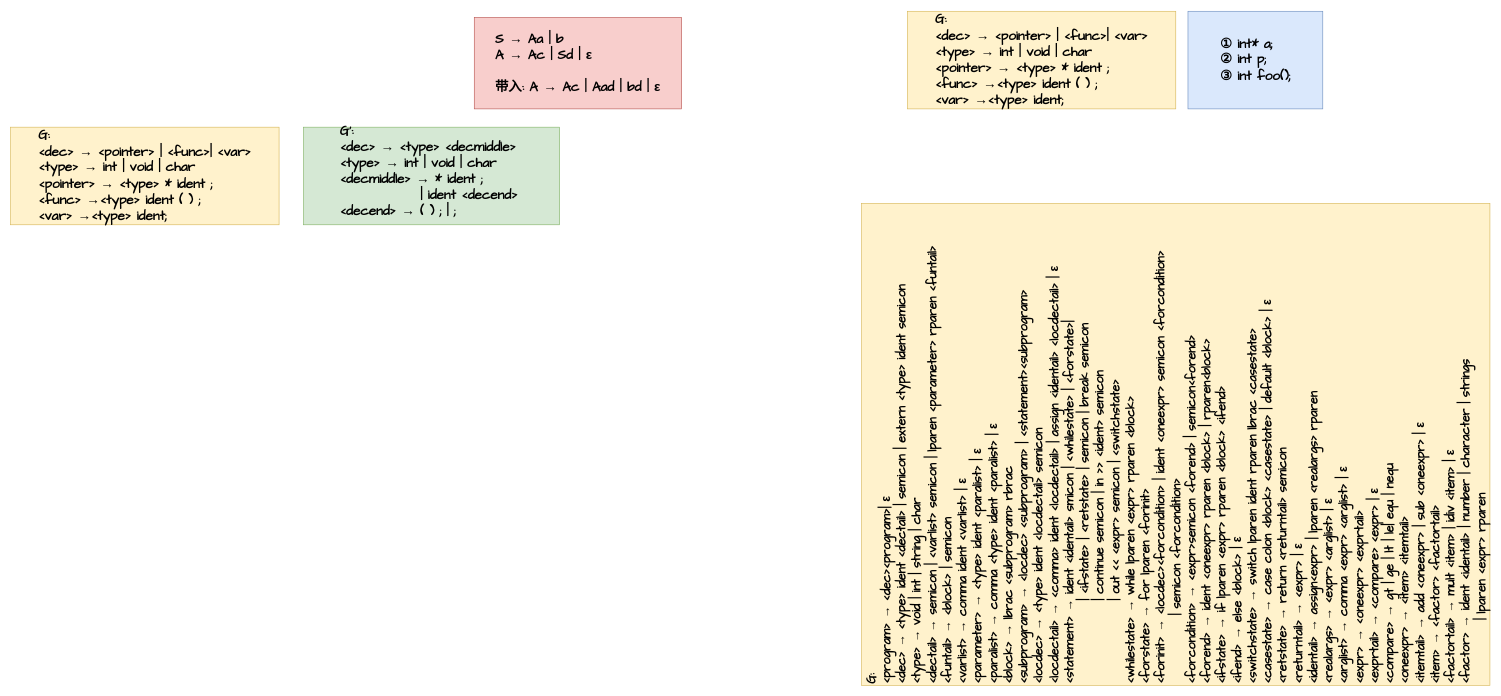
Earlier version of the draw.io diagram document/src/CFG-design.drawio (djh-sudo/tiny-C-Compiler). Source tidied: cells renumbered, new cells numbered last; positions are measured from the earlier drawing's top-left corner, leaving out a move shared by most shapes. Both pictures are drawn from the tidied source at 61%, with x=0, y=0 at pixel (10, 11).
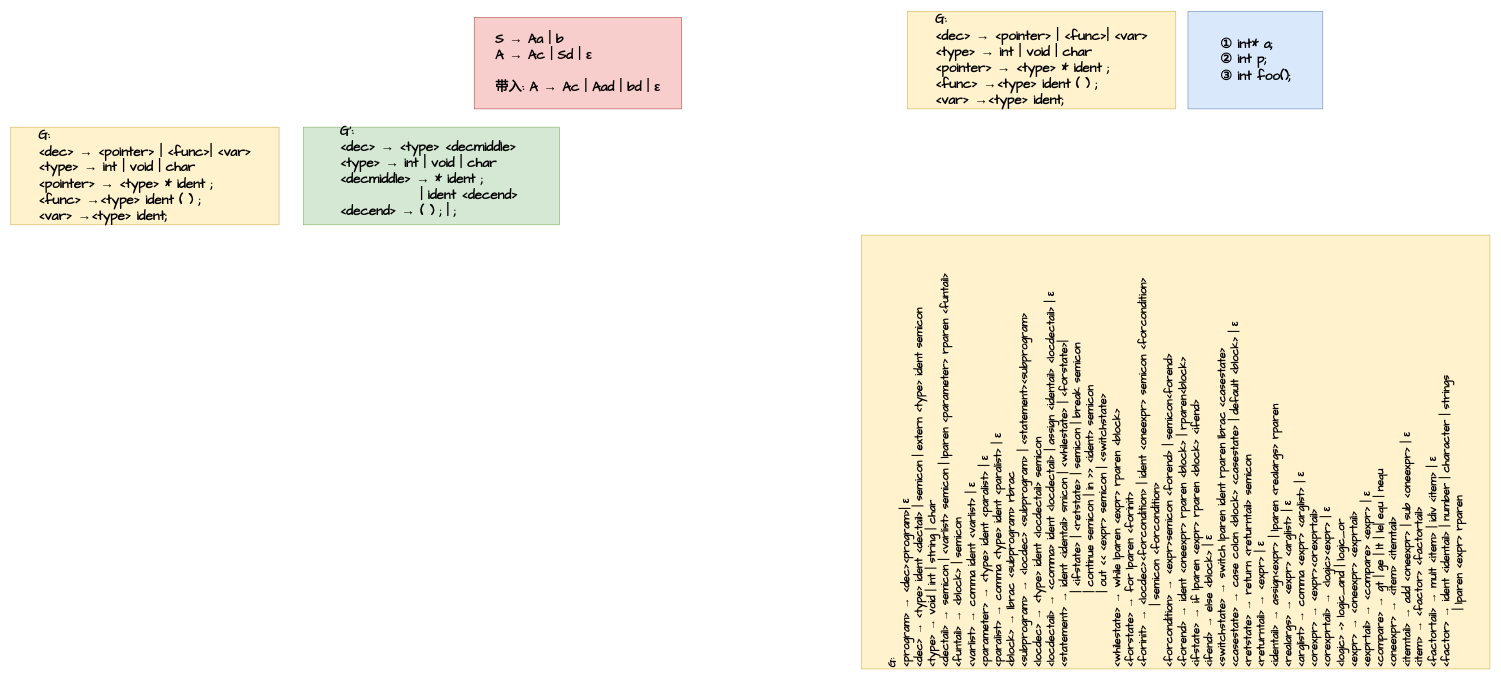
The same diagram, later.

The edit, as a diff of the source:
```diff
@@
 <mxGraphModel>
   <root>
     <mxCell id="0" />
     <mxCell id="1" parent="0" />
     <mxCell id="2" value="&lt;div style=&quot;text-align: left&quot;&gt;&lt;b style=&quot;font-size: 22px ; font-family: &amp;#34;comic sans ms&amp;#34;&quot;&gt;① int* a;&lt;/b&gt;&lt;/div&gt;&lt;font face=&quot;Comic Sans MS&quot;&gt;&lt;div style=&quot;text-align: left&quot;&gt;&lt;b style=&quot;font-size: 22px&quot;&gt;② int p;&lt;/b&gt;&lt;/div&gt;&lt;span style=&quot;font-size: 22px&quot;&gt;&lt;div style=&quot;text-align: left&quot;&gt;&lt;b&gt;③ int foo();&lt;/b&gt;&lt;/div&gt;&lt;/span&gt;&lt;/font&gt;" style="rounded=0;whiteSpace=wrap;html=1;fillColor=#dae8fc;strokeColor=#6c8ebf;" parent="1" vertex="1">
       <mxGeometry x="1930" width="221" height="160" as="geometry" />
     </mxCell>
     <mxCell id="3" value="&lt;div style=&quot;text-align: left&quot;&gt;&lt;b&gt;&lt;font style=&quot;font-size: 22px&quot; face=&quot;Comic Sans MS&quot;&gt;G:&lt;/font&gt;&lt;/b&gt;&lt;/div&gt;&lt;b&gt;&lt;div style=&quot;text-align: left&quot;&gt;&lt;b&gt;&lt;font style=&quot;font-size: 22px&quot; face=&quot;Comic Sans MS&quot;&gt;&amp;lt;dec&amp;gt; → &amp;lt;pointer&amp;gt; | &amp;lt;func&amp;gt;| &amp;lt;var&amp;gt;&lt;/font&gt;&lt;/b&gt;&lt;/div&gt;&lt;font style=&quot;font-size: 22px&quot; face=&quot;Comic Sans MS&quot;&gt;&lt;div style=&quot;text-align: left&quot;&gt;&lt;b style=&quot;font-family: &amp;#34;helvetica&amp;#34; ; font-size: 12px&quot;&gt;&lt;font style=&quot;font-size: 22px&quot; face=&quot;Comic Sans MS&quot;&gt;&amp;lt;type&amp;gt; → int | void | char&lt;/font&gt;&lt;/b&gt;&lt;/div&gt;&lt;div style=&quot;text-align: left&quot;&gt;&lt;b style=&quot;font-family: &amp;#34;helvetica&amp;#34; ; font-size: 12px&quot;&gt;&lt;font style=&quot;font-size: 22px&quot; face=&quot;Comic Sans MS&quot;&gt;&amp;lt;pointer&amp;gt;&amp;nbsp;&lt;/font&gt;&lt;/b&gt;&lt;b style=&quot;font-family: &amp;#34;helvetica&amp;#34; ; font-size: 12px&quot;&gt;&lt;font face=&quot;Comic Sans MS&quot; style=&quot;font-size: 22px&quot;&gt;→ &amp;lt;type&amp;gt; * ident ;&lt;/font&gt;&lt;/b&gt;&lt;/div&gt;&lt;/font&gt;&lt;/b&gt;&lt;b&gt;&lt;div style=&quot;text-align: left&quot;&gt;&lt;b&gt;&lt;font style=&quot;font-size: 22px&quot; face=&quot;Comic Sans MS&quot;&gt;&amp;lt;func&amp;gt;&amp;nbsp;&lt;/font&gt;&lt;/b&gt;&lt;b&gt;&lt;font face=&quot;Comic Sans MS&quot; style=&quot;font-size: 22px&quot;&gt;→&lt;/font&gt;&lt;/b&gt;&lt;b&gt;&lt;font face=&quot;Comic Sans MS&quot; style=&quot;font-size: 22px&quot;&gt;&amp;lt;type&amp;gt;&amp;nbsp;&lt;/font&gt;&lt;/b&gt;&lt;b&gt;&lt;font face=&quot;Comic Sans MS&quot; style=&quot;font-size: 22px&quot;&gt;ident ( ) ;&lt;/font&gt;&lt;/b&gt;&lt;/div&gt;&lt;/b&gt;&lt;b&gt;&lt;div style=&quot;text-align: left&quot;&gt;&lt;b&gt;&lt;font style=&quot;font-size: 22px&quot; face=&quot;Comic Sans MS&quot;&gt;&amp;lt;var&amp;gt;&amp;nbsp;&lt;/font&gt;&lt;/b&gt;&lt;b&gt;&lt;font face=&quot;Comic Sans MS&quot; style=&quot;font-size: 22px&quot;&gt;→&lt;/font&gt;&lt;/b&gt;&lt;b&gt;&lt;font face=&quot;Comic Sans MS&quot; style=&quot;font-size: 22px&quot;&gt;&amp;lt;type&amp;gt;&amp;nbsp;&lt;/font&gt;&lt;/b&gt;&lt;b&gt;&lt;font face=&quot;Comic Sans MS&quot; style=&quot;font-size: 22px&quot;&gt;ident;&lt;/font&gt;&lt;/b&gt;&lt;/div&gt;&lt;/b&gt;" style="rounded=0;whiteSpace=wrap;html=1;fillColor=#fff2cc;strokeColor=#d6b656;" parent="1" vertex="1">
       <mxGeometry x="1470" width="440" height="160" as="geometry" />
     </mxCell>
-    <mxCell id="4" value="&lt;font style=&quot;font-size: 20px&quot;&gt;&lt;b&gt;&lt;font face=&quot;Comic Sans MS&quot; style=&quot;font-size: 20px&quot;&gt;G:&lt;br&gt;&amp;lt;program&amp;gt; → &amp;lt;dec&amp;gt;&amp;lt;program&amp;gt;| ε&lt;br&gt;&lt;/font&gt;&lt;/b&gt;&lt;b&gt;&lt;font face=&quot;Comic Sans MS&quot; style=&quot;font-size: 20px&quot;&gt;&amp;lt;dec&amp;gt;&amp;nbsp;&lt;/font&gt;&lt;/b&gt;&lt;b&gt;&lt;font face=&quot;Comic Sans MS&quot; style=&quot;font-size: 20px&quot;&gt;→ &amp;lt;type&amp;gt; ident &amp;lt;dectail&amp;gt; | semicon | extern &amp;lt;type&amp;gt; ident semicon&lt;/font&gt;&lt;/b&gt;&lt;b&gt;&lt;font face=&quot;Comic Sans MS&quot; style=&quot;font-size: 20px&quot;&gt;&lt;br&gt;&amp;lt;type&amp;gt;&amp;nbsp;&lt;/font&gt;&lt;/b&gt;&lt;b&gt;&lt;font face=&quot;Comic Sans MS&quot; style=&quot;font-size: 20px&quot;&gt;→ void | int | string | char&lt;/font&gt;&lt;/b&gt;&lt;b&gt;&lt;font face=&quot;Comic Sans MS&quot; style=&quot;font-size: 20px&quot;&gt;&lt;br&gt;&amp;lt;dectail&amp;gt;&amp;nbsp;&lt;/font&gt;&lt;/b&gt;&lt;b&gt;&lt;font face=&quot;Comic Sans MS&quot; style=&quot;font-size: 20px&quot;&gt;→ semicon | &amp;lt;varlist&amp;gt; semicon |&amp;nbsp;&lt;/font&gt;&lt;/b&gt;&lt;b&gt;&lt;font face=&quot;Comic Sans MS&quot;&gt;lparen&lt;/font&gt;&lt;/b&gt;&lt;b&gt;&lt;font face=&quot;Comic Sans MS&quot; style=&quot;font-size: 20px&quot;&gt;&amp;nbsp;&amp;lt;parameter&amp;gt;&amp;nbsp;&lt;/font&gt;&lt;/b&gt;&lt;b&gt;&lt;font face=&quot;Comic Sans MS&quot;&gt;rparen&lt;/font&gt;&lt;/b&gt;&lt;b&gt;&lt;font face=&quot;Comic Sans MS&quot; style=&quot;font-size: 20px&quot;&gt;&amp;nbsp;&amp;lt;funtail&amp;gt;&lt;br&gt;&amp;lt;funtail&amp;gt;&amp;nbsp;&lt;/font&gt;&lt;/b&gt;&lt;b&gt;&lt;font face=&quot;Comic Sans MS&quot; style=&quot;font-size: 20px&quot;&gt;→ &amp;lt;block&amp;gt; | semicon&lt;br&gt;&lt;/font&gt;&lt;/b&gt;&lt;b&gt;&lt;font face=&quot;Comic Sans MS&quot; style=&quot;font-size: 20px&quot;&gt;&amp;lt;varlist&amp;gt;&amp;nbsp;&lt;/font&gt;&lt;/b&gt;&lt;b&gt;&lt;font face=&quot;Comic Sans MS&quot; style=&quot;font-size: 20px&quot;&gt;→ comma ident &amp;lt;varlist&amp;gt; |&amp;nbsp;&lt;/font&gt;&lt;/b&gt;&lt;b&gt;&lt;font face=&quot;Comic Sans MS&quot; style=&quot;font-size: 20px&quot;&gt;ε&lt;/font&gt;&lt;/b&gt;&lt;b&gt;&lt;font face=&quot;Comic Sans MS&quot; style=&quot;font-size: 20px&quot;&gt;&lt;br&gt;&lt;/font&gt;&lt;/b&gt;&lt;b&gt;&lt;font face=&quot;Comic Sans MS&quot; style=&quot;font-size: 20px&quot;&gt;&amp;lt;parameter&amp;gt;&amp;nbsp;&lt;/font&gt;&lt;/b&gt;&lt;b&gt;&lt;font face=&quot;Comic Sans MS&quot; style=&quot;font-size: 20px&quot;&gt;→ &amp;lt;type&amp;gt; ident &amp;lt;paralist&amp;gt; |&amp;nbsp;&lt;/font&gt;&lt;/b&gt;&lt;b&gt;&lt;font face=&quot;Comic Sans MS&quot; style=&quot;font-size: 20px&quot;&gt;ε&lt;br&gt;&lt;/font&gt;&lt;/b&gt;&lt;/font&gt;&lt;b style=&quot;font-size: 20px&quot;&gt;&lt;font face=&quot;Comic Sans MS&quot; style=&quot;font-size: 20px&quot;&gt;&lt;font style=&quot;font-size: 20px&quot;&gt;&amp;lt;paralist&amp;gt; → comma &amp;lt;type&amp;gt; ident &amp;lt;paralist&amp;gt; | ε&lt;br&gt;&amp;lt;block&amp;gt; → lbrac &amp;lt;subprogram&amp;gt; rbrac&lt;br&gt;&amp;lt;subprogram&amp;gt; → &amp;lt;locdec&amp;gt; &amp;lt;subprogram&amp;gt; | &amp;lt;statement&amp;gt;&amp;lt;subprogram&amp;gt;&lt;br&gt;&amp;lt;locdec&amp;gt; → &amp;lt;type&amp;gt; ident &amp;lt;locdectail&amp;gt; semicon&lt;br&gt;&lt;/font&gt;&amp;lt;locdectail&amp;gt; → &amp;lt;comma&amp;gt; ident &amp;lt;locdectail&amp;gt; | assign &amp;lt;identail&amp;gt; &amp;lt;locdectail&amp;gt; | ε&lt;br&gt;&amp;lt;statement&amp;gt; → ident &amp;lt;identail&amp;gt; smicon | &amp;lt;whilestate&amp;gt; | &amp;lt;forstate&amp;gt;|&lt;br&gt;&amp;nbsp; &amp;nbsp; &amp;nbsp; &amp;nbsp; &amp;nbsp; &amp;nbsp; &amp;nbsp; &amp;nbsp; &amp;nbsp;| &amp;lt;ifstate&amp;gt; | &amp;lt;retstate&amp;gt; | semicon | break semicon&lt;br&gt;&amp;nbsp; &amp;nbsp; &amp;nbsp; &amp;nbsp; &amp;nbsp; &amp;nbsp; &amp;nbsp; &amp;nbsp; &amp;nbsp;| continue semicon | in &amp;gt;&amp;gt; &amp;lt;ident&amp;gt; semicon&lt;br&gt;&amp;nbsp; &amp;nbsp; &amp;nbsp; &amp;nbsp; &amp;nbsp; &amp;nbsp; &amp;nbsp; &amp;nbsp; &amp;nbsp;| out &amp;lt;&amp;lt; &amp;lt;expr&amp;gt; semicon | &amp;lt;switchstate&amp;gt;&amp;nbsp;&lt;br&gt;&amp;lt;whilestate&amp;gt; → while lparen &amp;lt;expr&amp;gt; rparen &amp;lt;block&amp;gt;&amp;nbsp;&lt;br&gt;&amp;lt;forstate&amp;gt; → for lparen &amp;lt;forinit&amp;gt;&lt;br&gt;&amp;lt;forinit&amp;gt; →&amp;nbsp;&amp;lt;locdec&amp;gt;&amp;lt;forcondition&amp;gt; | ident &amp;lt;oneexpr&amp;gt; semicon &amp;lt;forcondition&amp;gt;&lt;br&gt;&amp;nbsp; &amp;nbsp; &amp;nbsp; &amp;nbsp; &amp;nbsp; &amp;nbsp; &amp;nbsp; | semicon &amp;lt;forcondition&amp;gt;&lt;br&gt;&amp;lt;forcondition&amp;gt; → &amp;lt;expr&amp;gt;semicon &amp;lt;forend&amp;gt; | semicon&amp;lt;forend&amp;gt;&lt;br&gt;&amp;lt;forend&amp;gt; → ident &amp;lt;oneexpr&amp;gt; rparen &amp;lt;block&amp;gt; | rparen&amp;lt;block&amp;gt;&lt;br&gt;&amp;lt;ifstate&amp;gt; → if lparen &amp;lt;expr&amp;gt; rparen &amp;lt;block&amp;gt; &amp;lt;ifend&amp;gt;&lt;br&gt;&amp;lt;ifend&amp;gt; → else &amp;lt;block&amp;gt; | ε&lt;br&gt;&amp;lt;switchstate&amp;gt; → switch lparen ident rparen lbrac &amp;lt;casestate&amp;gt;&lt;br&gt;&amp;lt;casestate&amp;gt; → case colon &amp;lt;block&amp;gt; &amp;lt;casestate&amp;gt; | default &amp;lt;block&amp;gt; | ε&lt;br&gt;&amp;lt;retstate&amp;gt; → return &amp;lt;returntail&amp;gt; semicon&lt;br&gt;&amp;lt;returntail&amp;gt; → &amp;lt;expr&amp;gt; | ε&lt;br&gt;&amp;lt;identail&amp;gt; → assign&amp;lt;expr&amp;gt; | lparen &amp;lt;realargs&amp;gt; rparen&lt;br&gt;&amp;lt;realargs&amp;gt; → &amp;lt;expr&amp;gt; &amp;lt;arglist&amp;gt; | ε&lt;br&gt;&amp;lt;arglist&amp;gt; → comma &amp;lt;expr&amp;gt; &amp;lt;arglist&amp;gt; | ε&lt;br&gt;&amp;lt;expr&amp;gt; → &amp;lt;oneexpr&amp;gt; &amp;lt;exprtail&amp;gt;&lt;br&gt;&amp;lt;exprtail&amp;gt; → &amp;lt;compare&amp;gt; &amp;lt;expr&amp;gt; | ε&lt;br&gt;&amp;lt;compare&amp;gt; → gt | ge | lt | le| equ | nequ&lt;br&gt;&amp;lt;oneexpr&amp;gt; → &amp;lt;item&amp;gt; &amp;lt;itemtail&amp;gt;&lt;br&gt;&amp;lt;itemtail&amp;gt; → add &amp;lt;oneexpr&amp;gt; | sub &amp;lt;oneexpr&amp;gt; | ε&lt;br&gt;&amp;lt;item&amp;gt; → &amp;lt;factor&amp;gt; &amp;lt;factortail&amp;gt;&lt;br&gt;&amp;lt;factortail&amp;gt; → mult &amp;lt;item&amp;gt; | idiv &amp;lt;item&amp;gt; | ε&lt;br&gt;&amp;lt;factor&amp;gt; → ident &amp;lt;identail&amp;gt; | number | character | strings&lt;br&gt;&amp;nbsp; &amp;nbsp; &amp;nbsp; &amp;nbsp; &amp;nbsp; &amp;nbsp; &amp;nbsp;| lparen &amp;lt;expr&amp;gt; rparen&lt;br&gt;&lt;/font&gt;&lt;/b&gt;" style="rounded=0;whiteSpace=wrap;html=1;align=left;fillColor=#fff2cc;strokeColor=#d6b656;rotation=-90;" parent="1" vertex="1">
-      <mxGeometry x="1515" y="195" width="790" height="1030" as="geometry" />
+    <mxCell id="4" value="&lt;font style=&quot;font-size: 18px&quot;&gt;&lt;b&gt;&lt;font face=&quot;Comic Sans MS&quot; style=&quot;font-size: 18px&quot;&gt;G:&lt;br&gt;&amp;lt;program&amp;gt; → &amp;lt;dec&amp;gt;&amp;lt;program&amp;gt;| ε&lt;br&gt;&lt;/font&gt;&lt;/b&gt;&lt;b&gt;&lt;font face=&quot;Comic Sans MS&quot; style=&quot;font-size: 18px&quot;&gt;&amp;lt;dec&amp;gt;&amp;nbsp;&lt;/font&gt;&lt;/b&gt;&lt;b&gt;&lt;font face=&quot;Comic Sans MS&quot; style=&quot;font-size: 18px&quot;&gt;→ &amp;lt;type&amp;gt; ident &amp;lt;dectail&amp;gt; | semicon | extern &amp;lt;type&amp;gt; ident semicon&lt;/font&gt;&lt;/b&gt;&lt;b&gt;&lt;font face=&quot;Comic Sans MS&quot; style=&quot;font-size: 18px&quot;&gt;&lt;br&gt;&amp;lt;type&amp;gt;&amp;nbsp;&lt;/font&gt;&lt;/b&gt;&lt;b&gt;&lt;font face=&quot;Comic Sans MS&quot; style=&quot;font-size: 18px&quot;&gt;→ void | int | string | char&lt;/font&gt;&lt;/b&gt;&lt;b&gt;&lt;font face=&quot;Comic Sans MS&quot; style=&quot;font-size: 18px&quot;&gt;&lt;br&gt;&amp;lt;dectail&amp;gt;&amp;nbsp;&lt;/font&gt;&lt;/b&gt;&lt;b&gt;&lt;font face=&quot;Comic Sans MS&quot; style=&quot;font-size: 18px&quot;&gt;→ semicon | &amp;lt;varlist&amp;gt; semicon |&amp;nbsp;&lt;/font&gt;&lt;/b&gt;&lt;b&gt;&lt;font face=&quot;Comic Sans MS&quot; style=&quot;font-size: 18px&quot;&gt;lparen&lt;/font&gt;&lt;/b&gt;&lt;b&gt;&lt;font face=&quot;Comic Sans MS&quot; style=&quot;font-size: 18px&quot;&gt;&amp;nbsp;&amp;lt;parameter&amp;gt;&amp;nbsp;&lt;/font&gt;&lt;/b&gt;&lt;b&gt;&lt;font face=&quot;Comic Sans MS&quot; style=&quot;font-size: 18px&quot;&gt;rparen&lt;/font&gt;&lt;/b&gt;&lt;b&gt;&lt;font face=&quot;Comic Sans MS&quot; style=&quot;font-size: 18px&quot;&gt;&amp;nbsp;&amp;lt;funtail&amp;gt;&lt;br&gt;&amp;lt;funtail&amp;gt;&amp;nbsp;&lt;/font&gt;&lt;/b&gt;&lt;b&gt;&lt;font face=&quot;Comic Sans MS&quot; style=&quot;font-size: 18px&quot;&gt;→ &amp;lt;block&amp;gt; | semicon&lt;br&gt;&lt;/font&gt;&lt;/b&gt;&lt;b&gt;&lt;font face=&quot;Comic Sans MS&quot; style=&quot;font-size: 18px&quot;&gt;&amp;lt;varlist&amp;gt;&amp;nbsp;&lt;/font&gt;&lt;/b&gt;&lt;b&gt;&lt;font face=&quot;Comic Sans MS&quot; style=&quot;font-size: 18px&quot;&gt;→ comma ident &amp;lt;varlist&amp;gt; |&amp;nbsp;&lt;/font&gt;&lt;/b&gt;&lt;b&gt;&lt;font face=&quot;Comic Sans MS&quot; style=&quot;font-size: 18px&quot;&gt;ε&lt;/font&gt;&lt;/b&gt;&lt;b&gt;&lt;font face=&quot;Comic Sans MS&quot; style=&quot;font-size: 18px&quot;&gt;&lt;br&gt;&lt;/font&gt;&lt;/b&gt;&lt;b&gt;&lt;font face=&quot;Comic Sans MS&quot; style=&quot;font-size: 18px&quot;&gt;&amp;lt;parameter&amp;gt;&amp;nbsp;&lt;/font&gt;&lt;/b&gt;&lt;b&gt;&lt;font face=&quot;Comic Sans MS&quot; style=&quot;font-size: 18px&quot;&gt;→ &amp;lt;type&amp;gt; ident &amp;lt;paralist&amp;gt; |&amp;nbsp;&lt;/font&gt;&lt;/b&gt;&lt;b&gt;&lt;font face=&quot;Comic Sans MS&quot; style=&quot;font-size: 18px&quot;&gt;ε&lt;br&gt;&lt;/font&gt;&lt;/b&gt;&lt;/font&gt;&lt;b style=&quot;font-size: 18px&quot;&gt;&lt;font face=&quot;Comic Sans MS&quot; style=&quot;font-size: 18px&quot;&gt;&lt;font style=&quot;font-size: 18px&quot;&gt;&lt;font style=&quot;font-size: 18px&quot;&gt;&amp;lt;paralist&amp;gt; → comma &amp;lt;type&amp;gt; ident &amp;lt;paralist&amp;gt; | ε&lt;br&gt;&amp;lt;block&amp;gt; → lbrac &amp;lt;subprogram&amp;gt; rbrac&lt;br&gt;&amp;lt;subprogram&amp;gt; → &amp;lt;locdec&amp;gt; &amp;lt;subprogram&amp;gt; | &amp;lt;statement&amp;gt;&amp;lt;subprogram&amp;gt;&lt;br&gt;&amp;lt;locdec&amp;gt; → &amp;lt;type&amp;gt; ident &amp;lt;locdectail&amp;gt; semicon&lt;br&gt;&lt;/font&gt;&amp;lt;locdectail&amp;gt; → &amp;lt;comma&amp;gt; ident &amp;lt;locdectail&amp;gt; | assign &amp;lt;identail&amp;gt; &amp;lt;locdectail&amp;gt; | ε&lt;br&gt;&amp;lt;statement&amp;gt; → ident &amp;lt;identail&amp;gt; smicon | &amp;lt;whilestate&amp;gt; | &amp;lt;forstate&amp;gt;|&lt;br&gt;&amp;nbsp; &amp;nbsp; &amp;nbsp; &amp;nbsp; &amp;nbsp; &amp;nbsp; &amp;nbsp; &amp;nbsp; &amp;nbsp;| &amp;lt;ifstate&amp;gt; | &amp;lt;retstate&amp;gt; | semicon | break semicon&lt;br&gt;&amp;nbsp; &amp;nbsp; &amp;nbsp; &amp;nbsp; &amp;nbsp; &amp;nbsp; &amp;nbsp; &amp;nbsp; &amp;nbsp;| continue semicon | in &amp;gt;&amp;gt; &amp;lt;ident&amp;gt; semicon&lt;br&gt;&amp;nbsp; &amp;nbsp; &amp;nbsp; &amp;nbsp; &amp;nbsp; &amp;nbsp; &amp;nbsp; &amp;nbsp; &amp;nbsp;| out &amp;lt;&amp;lt; &amp;lt;expr&amp;gt; semicon | &amp;lt;switchstate&amp;gt;&amp;nbsp;&lt;br&gt;&amp;lt;whilestate&amp;gt; → while lparen &amp;lt;expr&amp;gt; rparen &amp;lt;block&amp;gt;&amp;nbsp;&lt;br&gt;&amp;lt;forstate&amp;gt; → for lparen &amp;lt;forinit&amp;gt;&lt;br&gt;&amp;lt;forinit&amp;gt; →&amp;nbsp;&amp;lt;locdec&amp;gt;&amp;lt;forcondition&amp;gt; | ident &amp;lt;oneexpr&amp;gt; semicon &amp;lt;forcondition&amp;gt;&lt;br&gt;&amp;nbsp; &amp;nbsp; &amp;nbsp; &amp;nbsp; &amp;nbsp; &amp;nbsp; &amp;nbsp; | semicon &amp;lt;forcondition&amp;gt;&lt;br&gt;&amp;lt;forcondition&amp;gt; → &amp;lt;expr&amp;gt;semicon &amp;lt;forend&amp;gt; | semicon&amp;lt;forend&amp;gt;&lt;br&gt;&amp;lt;forend&amp;gt; → ident &amp;lt;oneexpr&amp;gt; rparen &amp;lt;block&amp;gt; | rparen&amp;lt;block&amp;gt;&lt;br&gt;&amp;lt;ifstate&amp;gt; → if lparen &amp;lt;expr&amp;gt; rparen &amp;lt;block&amp;gt; &amp;lt;ifend&amp;gt;&lt;br&gt;&amp;lt;ifend&amp;gt; → else &amp;lt;block&amp;gt; | ε&lt;br&gt;&amp;lt;switchstate&amp;gt; → switch lparen ident rparen lbrac &amp;lt;casestate&amp;gt;&lt;br&gt;&amp;lt;casestate&amp;gt; → case colon &amp;lt;block&amp;gt; &amp;lt;casestate&amp;gt; | default &amp;lt;block&amp;gt; | ε&lt;br&gt;&amp;lt;retstate&amp;gt; → return &amp;lt;returntail&amp;gt; semicon&lt;br&gt;&amp;lt;returntail&amp;gt; → &amp;lt;expr&amp;gt; | ε&lt;br&gt;&amp;lt;identail&amp;gt; → assign&amp;lt;expr&amp;gt; | lparen &amp;lt;realargs&amp;gt; rparen&lt;br&gt;&amp;lt;realargs&amp;gt; → &amp;lt;expr&amp;gt; &amp;lt;arglist&amp;gt; | ε&lt;br&gt;&amp;lt;arglist&amp;gt; → comma &amp;lt;expr&amp;gt; &amp;lt;arglist&amp;gt; | ε&lt;br&gt;&amp;lt;orexpr&amp;gt; → &amp;lt;expr&amp;gt;&amp;lt;orexprtail&amp;gt;&lt;br&gt;&amp;lt;orexprtail&amp;gt; → &amp;lt;logic&amp;gt;&amp;lt;expr&amp;gt; | ε&lt;br&gt;&amp;lt;logic&amp;gt; -&amp;gt; logic_and | logic_or&lt;br&gt;&amp;lt;expr&amp;gt; → &amp;lt;oneexpr&amp;gt; &amp;lt;exprtail&amp;gt;&lt;br&gt;&amp;lt;exprtail&amp;gt; → &amp;lt;compare&amp;gt; &amp;lt;expr&amp;gt; | ε&lt;br&gt;&amp;lt;compare&amp;gt; → gt | ge | lt | le| equ | nequ&lt;br&gt;&amp;lt;oneexpr&amp;gt; → &amp;lt;item&amp;gt; &amp;lt;itemtail&amp;gt;&lt;br&gt;&amp;lt;itemtail&amp;gt; → add &amp;lt;oneexpr&amp;gt; | sub &amp;lt;oneexpr&amp;gt; | ε&lt;br&gt;&amp;lt;item&amp;gt; → &amp;lt;factor&amp;gt; &amp;lt;factortail&amp;gt;&lt;br&gt;&amp;lt;factortail&amp;gt; → mult &amp;lt;item&amp;gt; | idiv &amp;lt;item&amp;gt; | ε&lt;br&gt;&amp;lt;factor&amp;gt; → ident &amp;lt;identail&amp;gt; | number | character | strings&lt;br&gt;&amp;nbsp; &amp;nbsp; &amp;nbsp; &amp;nbsp; &amp;nbsp; &amp;nbsp; &amp;nbsp;| lparen &amp;lt;expr&amp;gt; rparen&lt;/font&gt;&lt;br&gt;&lt;/font&gt;&lt;/b&gt;" style="rounded=0;whiteSpace=wrap;html=1;align=left;fillColor=#fff2cc;strokeColor=#d6b656;rotation=-90;" parent="1" vertex="1">
+      <mxGeometry x="1554.4" y="207.5" width="711.2" height="1030" as="geometry" />
     </mxCell>
     <mxCell id="5" value="&lt;div style=&quot;text-align: left&quot;&gt;&lt;b&gt;&lt;font style=&quot;font-size: 22px&quot; face=&quot;Comic Sans MS&quot;&gt;S&amp;nbsp;&lt;/font&gt;&lt;/b&gt;&lt;b&gt;&lt;font face=&quot;Comic Sans MS&quot; style=&quot;font-size: 22px&quot;&gt;→ Aa | b&lt;/font&gt;&lt;/b&gt;&lt;/div&gt;&lt;b&gt;&lt;div style=&quot;text-align: left&quot;&gt;&lt;b&gt;&lt;font face=&quot;Comic Sans MS&quot; style=&quot;font-size: 22px&quot;&gt;A → Ac | Sd | ε&lt;/font&gt;&lt;/b&gt;&lt;/div&gt;&lt;div style=&quot;text-align: left&quot;&gt;&lt;b&gt;&lt;font face=&quot;Comic Sans MS&quot; style=&quot;font-size: 22px&quot;&gt;&lt;br&gt;&lt;/font&gt;&lt;/b&gt;&lt;/div&gt;&lt;font face=&quot;Comic Sans MS&quot; style=&quot;font-size: 22px&quot;&gt;&lt;div style=&quot;text-align: left&quot;&gt;&lt;b style=&quot;font-family: &amp;#34;helvetica&amp;#34; ; font-size: 12px&quot;&gt;&lt;font face=&quot;Comic Sans MS&quot; style=&quot;font-size: 22px&quot;&gt;带入: A → Ac | Aad | bd | ε&lt;/font&gt;&lt;/b&gt;&lt;/div&gt;&lt;/font&gt;&lt;/b&gt;" style="rounded=0;whiteSpace=wrap;html=1;fillColor=#f8cecc;strokeColor=#b85450;" parent="1" vertex="1">
       <mxGeometry x="760" y="10" width="340" height="150" as="geometry" />
     </mxCell>
     <mxCell id="6" value="&lt;div style=&quot;text-align: left&quot;&gt;&lt;b&gt;&lt;font style=&quot;font-size: 22px&quot; face=&quot;Comic Sans MS&quot;&gt;G:&lt;/font&gt;&lt;/b&gt;&lt;/div&gt;&lt;b&gt;&lt;div style=&quot;text-align: left&quot;&gt;&lt;b&gt;&lt;font style=&quot;font-size: 22px&quot; face=&quot;Comic Sans MS&quot;&gt;&amp;lt;dec&amp;gt; → &amp;lt;pointer&amp;gt; | &amp;lt;func&amp;gt;| &amp;lt;var&amp;gt;&lt;/font&gt;&lt;/b&gt;&lt;/div&gt;&lt;font style=&quot;font-size: 22px&quot; face=&quot;Comic Sans MS&quot;&gt;&lt;div style=&quot;text-align: left&quot;&gt;&lt;b style=&quot;font-family: &amp;#34;helvetica&amp;#34; ; font-size: 12px&quot;&gt;&lt;font style=&quot;font-size: 22px&quot; face=&quot;Comic Sans MS&quot;&gt;&amp;lt;type&amp;gt; → int | void | char&lt;/font&gt;&lt;/b&gt;&lt;/div&gt;&lt;div style=&quot;text-align: left&quot;&gt;&lt;b style=&quot;font-family: &amp;#34;helvetica&amp;#34; ; font-size: 12px&quot;&gt;&lt;font style=&quot;font-size: 22px&quot; face=&quot;Comic Sans MS&quot;&gt;&amp;lt;pointer&amp;gt;&amp;nbsp;&lt;/font&gt;&lt;/b&gt;&lt;b style=&quot;font-family: &amp;#34;helvetica&amp;#34; ; font-size: 12px&quot;&gt;&lt;font face=&quot;Comic Sans MS&quot; style=&quot;font-size: 22px&quot;&gt;→ &amp;lt;type&amp;gt; * ident ;&lt;/font&gt;&lt;/b&gt;&lt;/div&gt;&lt;/font&gt;&lt;/b&gt;&lt;b&gt;&lt;div style=&quot;text-align: left&quot;&gt;&lt;b&gt;&lt;font style=&quot;font-size: 22px&quot; face=&quot;Comic Sans MS&quot;&gt;&amp;lt;func&amp;gt;&amp;nbsp;&lt;/font&gt;&lt;/b&gt;&lt;b&gt;&lt;font face=&quot;Comic Sans MS&quot; style=&quot;font-size: 22px&quot;&gt;→&lt;/font&gt;&lt;/b&gt;&lt;b&gt;&lt;font face=&quot;Comic Sans MS&quot; style=&quot;font-size: 22px&quot;&gt;&amp;lt;type&amp;gt;&amp;nbsp;&lt;/font&gt;&lt;/b&gt;&lt;b&gt;&lt;font face=&quot;Comic Sans MS&quot; style=&quot;font-size: 22px&quot;&gt;ident ( ) ;&lt;/font&gt;&lt;/b&gt;&lt;/div&gt;&lt;/b&gt;&lt;b&gt;&lt;div style=&quot;text-align: left&quot;&gt;&lt;b&gt;&lt;font style=&quot;font-size: 22px&quot; face=&quot;Comic Sans MS&quot;&gt;&amp;lt;var&amp;gt;&amp;nbsp;&lt;/font&gt;&lt;/b&gt;&lt;b&gt;&lt;font face=&quot;Comic Sans MS&quot; style=&quot;font-size: 22px&quot;&gt;→&lt;/font&gt;&lt;/b&gt;&lt;b&gt;&lt;font face=&quot;Comic Sans MS&quot; style=&quot;font-size: 22px&quot;&gt;&amp;lt;type&amp;gt;&amp;nbsp;&lt;/font&gt;&lt;/b&gt;&lt;b&gt;&lt;font face=&quot;Comic Sans MS&quot; style=&quot;font-size: 22px&quot;&gt;ident;&lt;/font&gt;&lt;/b&gt;&lt;/div&gt;&lt;/b&gt;" style="rounded=0;whiteSpace=wrap;html=1;fillColor=#fff2cc;strokeColor=#d6b656;" parent="1" vertex="1">
       <mxGeometry y="190" width="440" height="160" as="geometry" />
     </mxCell>
     <mxCell id="7" value="&lt;div style=&quot;text-align: left&quot;&gt;&lt;b&gt;&lt;font style=&quot;font-size: 22px&quot; face=&quot;Comic Sans MS&quot;&gt;G‘:&lt;/font&gt;&lt;/b&gt;&lt;/div&gt;&lt;b&gt;&lt;div style=&quot;text-align: left&quot;&gt;&lt;b&gt;&lt;font style=&quot;font-size: 22px&quot; face=&quot;Comic Sans MS&quot;&gt;&amp;lt;dec&amp;gt; → &amp;lt;type&amp;gt; &amp;lt;decmiddle&amp;gt;&lt;/font&gt;&lt;/b&gt;&lt;/div&gt;&lt;font style=&quot;font-size: 22px&quot; face=&quot;Comic Sans MS&quot;&gt;&lt;div style=&quot;text-align: left&quot;&gt;&lt;b style=&quot;font-family: &amp;#34;helvetica&amp;#34; ; font-size: 12px&quot;&gt;&lt;font style=&quot;font-size: 22px&quot; face=&quot;Comic Sans MS&quot;&gt;&amp;lt;type&amp;gt; → int | void | char&lt;/font&gt;&lt;/b&gt;&lt;/div&gt;&lt;div style=&quot;text-align: left&quot;&gt;&lt;b style=&quot;font-family: &amp;#34;helvetica&amp;#34; ; font-size: 12px&quot;&gt;&lt;font style=&quot;font-size: 22px&quot; face=&quot;Comic Sans MS&quot;&gt;&amp;lt;decmiddle&amp;gt; → * ident ;&amp;nbsp;&lt;/font&gt;&lt;/b&gt;&lt;/div&gt;&lt;div style=&quot;text-align: left&quot;&gt;&lt;b style=&quot;font-family: &amp;#34;helvetica&amp;#34; ; font-size: 12px&quot;&gt;&lt;font style=&quot;font-size: 22px&quot; face=&quot;Comic Sans MS&quot;&gt;&amp;nbsp; &amp;nbsp; &amp;nbsp; &amp;nbsp; &amp;nbsp; &amp;nbsp; &amp;nbsp; &amp;nbsp;| ident &amp;lt;decend&amp;gt;&amp;nbsp;&lt;/font&gt;&lt;/b&gt;&lt;/div&gt;&lt;div style=&quot;text-align: left&quot;&gt;&amp;lt;decend&amp;gt; → ( ) ; | ;&amp;nbsp;&lt;/div&gt;&lt;/font&gt;&lt;/b&gt;&lt;b&gt;&lt;div style=&quot;text-align: left&quot;&gt;&lt;br&gt;&lt;/div&gt;&lt;/b&gt;" style="rounded=0;whiteSpace=wrap;html=1;fillColor=#d5e8d4;strokeColor=#82b366;" parent="1" vertex="1">
       <mxGeometry x="480" y="190" width="420" height="160" as="geometry" />
     </mxCell>
   </root>
 </mxGraphModel>
```
